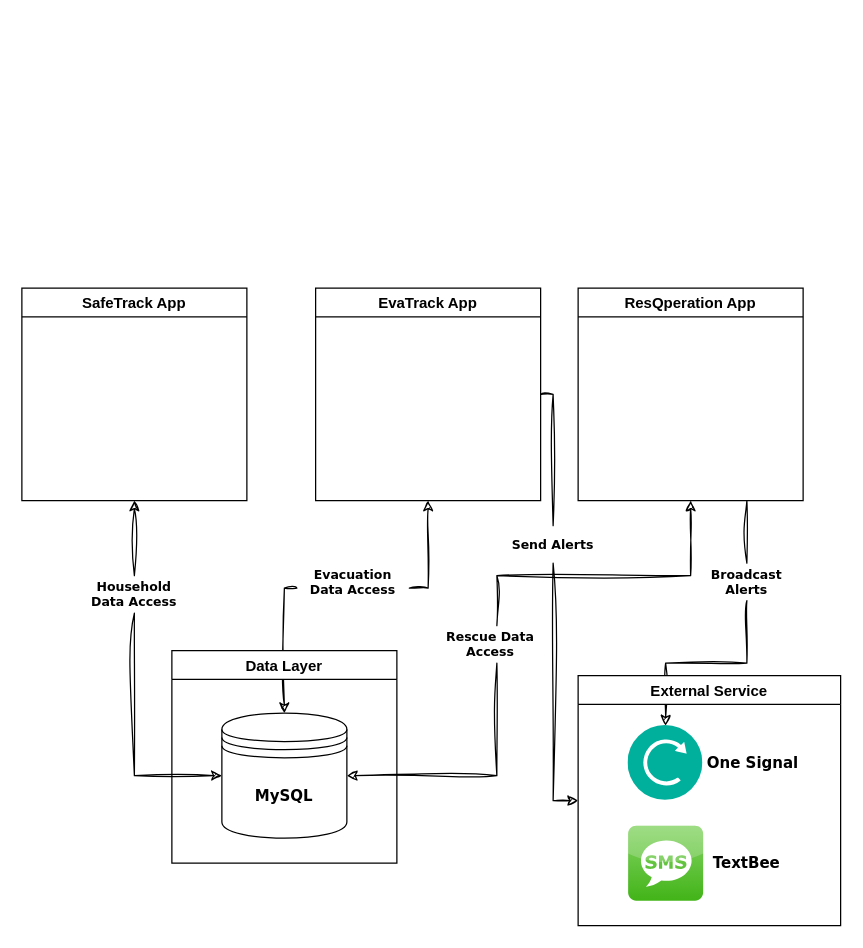
klint-droid/EvaTrack keeps this draw.io diagram as page "Page-1" (1 of 2) of docs/sys.drawio. Above is the earlier version. Source tidied: cells renumbered, new cells numbered last; positions are measured from the earlier drawing's top-left corner, leaving out a move shared by most shapes. Both pictures are drawn from the tidied source at 125%, with x=0, y=0 at pixel (21, 288).
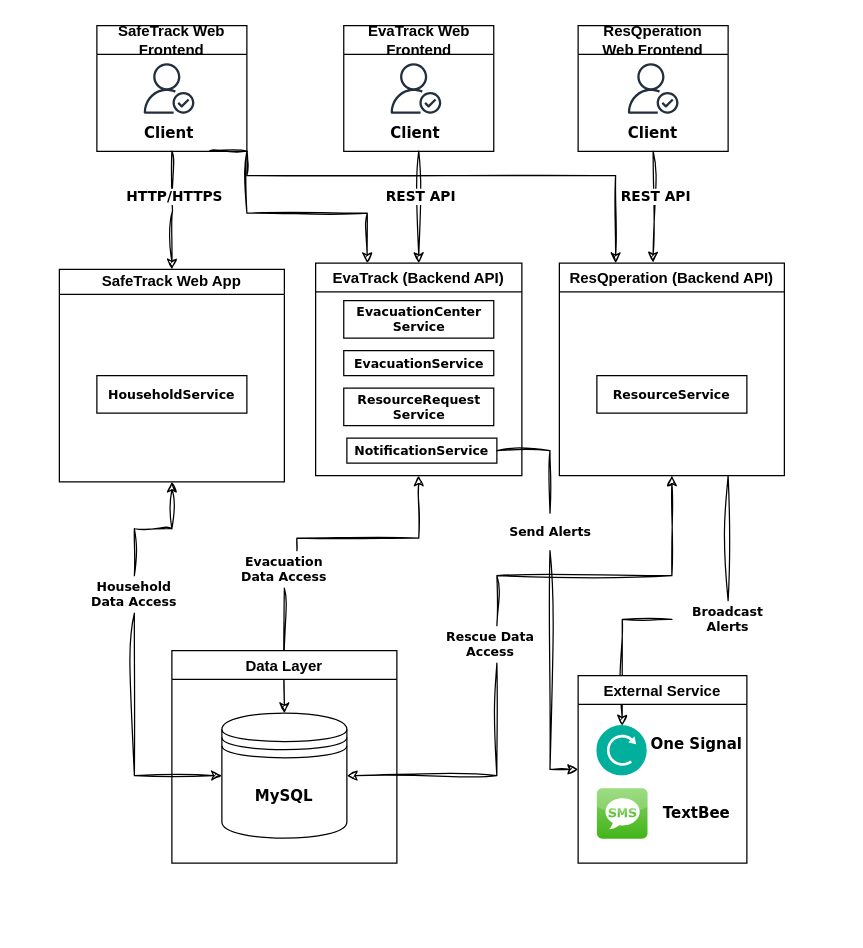
The same page after the edit.

Unchanged cells that the change refers to:
```xml
<mxCell id="22" value="Rescue Data Access" style="text;html=1;whiteSpace=wrap;strokeColor=none;fillColor=none;align=center;verticalAlign=middle;rounded=0;fontFamily=Verdana;fontSize=10;fontStyle=1;" parent="1" vertex="1">
  <mxGeometry x="330" y="270" width="90" height="30" as="geometry" />
</mxCell>
```

The edit, as a diff of the source:
```diff
@@
-    <mxCell id="3" style="edgeStyle=orthogonalEdgeStyle;rounded=0;jettySize=auto;html=1;entryX=0;entryY=0.5;entryDx=0;entryDy=0;defaultLabelBackgroundColor=page;labelPadding=0 4;sketch=1;curveFitting=1;jiggle=2;" parent="1" edge="1" source="24" target="10">
-      <mxGeometry x="-0.05" relative="1" as="geometry">
-        <Array as="points">
-          <mxPoint x="425" y="410" />
-        </Array>
-      </mxGeometry>
+    <mxCell id="3" style="edgeStyle=orthogonalEdgeStyle;rounded=0;jettySize=auto;html=1;entryX=0;entryY=0.5;entryDx=0;entryDy=0;defaultLabelBackgroundColor=page;labelPadding=0 4;sketch=1;curveFitting=1;jiggle=2;exitX=0.5;exitY=1;exitDx=0;exitDy=0;" parent="1" edge="1" source="24" target="10">
+      <mxGeometry x="0.04" relative="1" as="geometry" />
     </mxCell>
-    <mxCell id="4" value="EvaTrack App" style="swimlane;whiteSpace=wrap;html=1;" parent="1" vertex="1">
-      <mxGeometry x="235" width="180" height="170" as="geometry" />
+    <mxCell id="4" value="EvaTrack (Backend API)" style="swimlane;whiteSpace=wrap;html=1;" parent="1" vertex="1">
+      <mxGeometry x="235" y="-20" width="165" height="170" as="geometry" />
     </mxCell>
+    <mxCell id="27" value="EvacuationCenter Service" style="html=1;whiteSpace=wrap;fontFamily=Verdana;fontStyle=1;fontSize=10;" parent="4" vertex="1">
+      <mxGeometry x="22.5" y="30" width="120" height="30" as="geometry" />
+    </mxCell>
+    <mxCell id="28" value="EvacuationService" style="html=1;whiteSpace=wrap;fontFamily=Verdana;fontStyle=1;fontSize=10;" parent="4" vertex="1">
+      <mxGeometry x="22.5" y="70" width="120" height="20" as="geometry" />
+    </mxCell>
+    <mxCell id="29" value="ResourceRequest&lt;br&gt;Service" style="html=1;whiteSpace=wrap;fontFamily=Verdana;fontStyle=1;fontSize=10;" parent="4" vertex="1">
+      <mxGeometry x="22.5" y="100" width="120" height="30" as="geometry" />
+    </mxCell>
+    <mxCell id="30" value="NotificationService" style="html=1;whiteSpace=wrap;fontFamily=Verdana;fontStyle=1;fontSize=10;" parent="4" vertex="1">
+      <mxGeometry x="25" y="140" width="120" height="20" as="geometry" />
+    </mxCell>
@@
-    <mxCell id="6" value="SafeTrack App" style="swimlane;whiteSpace=wrap;html=1;" parent="1" vertex="1">
-      <mxGeometry width="180" height="170" as="geometry" />
+    <mxCell id="6" value="SafeTrack Web App" style="swimlane;whiteSpace=wrap;html=1;startSize=20;" parent="1" vertex="1">
+      <mxGeometry x="30" y="-15" width="180" height="170" as="geometry" />
     </mxCell>
+    <mxCell id="31" value="HouseholdService" style="html=1;whiteSpace=wrap;fontFamily=Verdana;fontStyle=1;fontSize=10;" parent="6" vertex="1">
+      <mxGeometry x="30" y="85" width="120" height="30" as="geometry" />
+    </mxCell>
@@
-    <mxCell id="9" value="ResQperation App" style="swimlane;whiteSpace=wrap;html=1;" parent="1" vertex="1">
-      <mxGeometry x="445" width="180" height="170" as="geometry" />
+    <mxCell id="9" value="ResQperation (Backend API)" style="swimlane;whiteSpace=wrap;html=1;" parent="1" vertex="1">
+      <mxGeometry x="430" y="-20" width="180" height="170" as="geometry" />
     </mxCell>
+    <mxCell id="32" value="ResourceService" style="html=1;whiteSpace=wrap;fontFamily=Verdana;fontStyle=1;fontSize=10;" parent="9" vertex="1">
+      <mxGeometry x="30" y="90" width="120" height="30" as="geometry" />
+    </mxCell>
     <mxCell id="10" value="External Service" style="swimlane;" parent="1" vertex="1">
-      <mxGeometry x="445" y="310" width="210" height="200" as="geometry" />
+      <mxGeometry x="445" y="310" width="135" height="150" as="geometry" />
     </mxCell>
     <mxCell id="11" style="image;perimeter=ellipsePerimeter;html=1;align=center;shadow=0;dashed=0;fontColor=#4277BB;labelBackgroundColor=default;fontSize=12;spacingTop=3;image=img/lib/ibm/management/push_notifications.svg;labelPerimeter=1;" parent="10" vertex="1">
-      <mxGeometry x="40" y="40" width="60" height="60" as="geometry" />
+      <mxGeometry x="15" y="40" width="40.5" height="40.5" as="geometry" />
     </mxCell>
     <mxCell id="12" value="One Signal" style="text;html=1;whiteSpace=wrap;strokeColor=none;fillColor=none;align=center;verticalAlign=middle;rounded=0;fontFamily=Verdana;fontSize=12;fontStyle=1;" parent="10" vertex="1">
-      <mxGeometry x="80" y="55" width="120" height="30" as="geometry" />
+      <mxGeometry x="35" y="40" width="120" height="30" as="geometry" />
     </mxCell>
     <mxCell id="13" style="dashed=0;html=1;align=center;labelPosition=center;verticalLabelPosition=bottom;verticalAlign=top;shape=mxgraph.webicons.sms;fillColor=#86D466;gradientColor=#42B418;labelPerimeter=1;" parent="10" vertex="1">
-      <mxGeometry x="40" y="120" width="60" height="60" as="geometry" />
+      <mxGeometry x="15" y="90" width="40.5" height="40.5" as="geometry" />
     </mxCell>
     <mxCell id="14" value="TextBee" style="text;html=1;whiteSpace=wrap;strokeColor=none;fillColor=none;align=center;verticalAlign=middle;rounded=0;fontFamily=Verdana;fontSize=12;fontStyle=1;" parent="10" vertex="1">
-      <mxGeometry x="75" y="135" width="120" height="30" as="geometry" />
+      <mxGeometry x="35" y="95.2" width="120" height="30" as="geometry" />
     </mxCell>
@@
-    <mxCell id="19" style="edgeStyle=orthogonalEdgeStyle;rounded=0;jettySize=auto;html=1;defaultLabelBackgroundColor=page;labelPadding=0 4;sketch=1;curveFitting=1;jiggle=2;endArrow=none;endFill=0;startArrow=classic;startFill=1;" parent="1" edge="1" source="4" target="20">
-      <mxGeometry relative="1" as="geometry">
+    <mxCell id="19" style="edgeStyle=orthogonalEdgeStyle;rounded=0;jettySize=auto;html=1;defaultLabelBackgroundColor=page;labelPadding=0 4;sketch=1;curveFitting=1;jiggle=2;endArrow=none;endFill=0;startArrow=classic;startFill=1;exitX=0.5;exitY=1;exitDx=0;exitDy=0;" parent="1" edge="1" source="4" target="20">
+      <mxGeometry x="0.84" relative="1" as="geometry">
         <Array as="points">
-          <mxPoint x="325" y="240" />
+          <mxPoint x="317.5" y="200" />
+          <mxPoint x="220" y="200" />
         </Array>
       </mxGeometry>
     </mxCell>
     <mxCell id="20" value="Evacuation Data Access" style="text;html=1;whiteSpace=wrap;strokeColor=none;fillColor=none;align=center;verticalAlign=middle;rounded=0;fontFamily=Verdana;fontSize=10;fontStyle=1;" parent="1" vertex="1">
-      <mxGeometry x="220" y="220" width="90" height="30" as="geometry" />
+      <mxGeometry x="165" y="210" width="90" height="30" as="geometry" />
     </mxCell>
     <mxCell id="21" style="edgeStyle=orthogonalEdgeStyle;rounded=0;jettySize=auto;html=1;defaultLabelBackgroundColor=page;labelPadding=0 4;exitX=0.5;exitY=1;exitDx=0;exitDy=0;sketch=1;curveFitting=1;jiggle=2;startArrow=classic;startFill=1;endArrow=none;endFill=0;" parent="1" edge="1" source="9" target="22">
-      <mxGeometry relative="1" as="geometry">
+      <mxGeometry x="-0.12" relative="1" as="geometry">
         <Array as="points">
-          <mxPoint x="535" y="230" />
+          <mxPoint x="520" y="230" />
           <mxPoint x="380" y="230" />
         </Array>
       </mxGeometry>
     </mxCell>
@@
-    <mxCell id="23" style="edgeStyle=orthogonalEdgeStyle;rounded=0;jettySize=auto;html=1;defaultLabelBackgroundColor=page;labelPadding=0 4;sketch=1;curveFitting=1;jiggle=2;startArrow=none;startFill=0;endArrow=none;endFill=0;" parent="1" edge="1" source="4" target="24">
-      <mxGeometry x="-0.05" relative="1" as="geometry">
-        <Array as="points">
-          <mxPoint x="425" y="85" />
-        </Array>
-      </mxGeometry>
+    <mxCell id="23" style="edgeStyle=orthogonalEdgeStyle;rounded=0;jettySize=auto;html=1;defaultLabelBackgroundColor=page;labelPadding=0 4;sketch=1;curveFitting=1;jiggle=2;startArrow=none;startFill=0;endArrow=none;endFill=0;exitX=1;exitY=0.5;exitDx=0;exitDy=0;entryX=0.5;entryY=0;entryDx=0;entryDy=0;" parent="1" edge="1" source="30" target="24">
+      <mxGeometry x="0.3" relative="1" as="geometry" />
     </mxCell>
     <mxCell id="24" value="Send Alerts" style="text;html=1;whiteSpace=wrap;strokeColor=none;fillColor=none;align=center;verticalAlign=middle;rounded=0;fontFamily=Verdana;fontSize=10;fontStyle=1;" parent="1" vertex="1">
-      <mxGeometry x="380" y="190" width="90" height="30" as="geometry" />
+      <mxGeometry x="377.5" y="180" width="90" height="30" as="geometry" />
     </mxCell>
-    <mxCell id="25" style="edgeStyle=orthogonalEdgeStyle;rounded=0;jettySize=auto;html=1;defaultLabelBackgroundColor=page;labelPadding=0 4;exitX=0.75;exitY=1;exitDx=0;exitDy=0;sketch=1;curveFitting=1;jiggle=2;endArrow=none;endFill=0;" parent="1" edge="1" source="9" target="26">
+    <mxCell id="25" style="edgeStyle=orthogonalEdgeStyle;rounded=0;jettySize=auto;html=1;defaultLabelBackgroundColor=page;labelPadding=0 4;exitX=0.75;exitY=1;exitDx=0;exitDy=0;sketch=1;curveFitting=1;jiggle=2;endArrow=none;endFill=0;entryX=0.5;entryY=0;entryDx=0;entryDy=0;" parent="1" edge="1" source="9" target="26">
       <mxGeometry relative="1" as="geometry" />
     </mxCell>
     <mxCell id="26" value="Broadcast Alerts" style="text;html=1;whiteSpace=wrap;strokeColor=none;fillColor=none;align=center;verticalAlign=middle;rounded=0;fontFamily=Verdana;fontSize=10;fontStyle=1;" parent="1" vertex="1">
-      <mxGeometry x="535" y="220" width="90" height="30" as="geometry" />
+      <mxGeometry x="520" y="250" width="90" height="30" as="geometry" />
     </mxCell>
+    <mxCell id="33" style="edgeStyle=orthogonalEdgeStyle;rounded=0;jettySize=auto;html=1;entryX=0.5;entryY=0;entryDx=0;entryDy=0;defaultLabelBackgroundColor=page;labelPadding=0 4;flowAnimation=0;sketch=1;curveFitting=1;jiggle=2;" parent="1" edge="1" source="35" target="4">
+      <mxGeometry relative="1" as="geometry" />
+    </mxCell>
+    <mxCell id="34" value="REST API" style="edgeLabel;html=1;align=center;verticalAlign=middle;inheritText=fontSize,fontColor,textOpacity,labelBorderColor,labelBorderWidth,labelBackgroundColor,defaultLabelBackgroundColor,labelPadding;defaultLabelBackgroundColor=page;labelPadding=0 4;fontFamily=Verdana;fontStyle=1;" parent="33" vertex="1">
+      <mxGeometry x="-0.2" y="1" relative="1" as="geometry" />
+    </mxCell>
+    <mxCell id="35" value="EvaTrack Web Frontend" style="swimlane;whiteSpace=wrap;html=1;" parent="1" vertex="1">
+      <mxGeometry x="257.5" y="-210" width="120" height="100.5" as="geometry" />
+    </mxCell>
+    <mxCell id="36" style="sketch=0;fontColor=#232F3E;gradientColor=none;fillColor=#232F3D;strokeColor=none;dashed=0;verticalLabelPosition=bottom;verticalAlign=top;align=center;html=1;fontSize=12;fontStyle=0;shape=mxgraph.aws4.authenticated_user;labelPerimeter=1;" parent="35" vertex="1">
+      <mxGeometry x="37.5" y="30" width="40.5" height="40.5" as="geometry" />
+    </mxCell>
+    <mxCell id="37" value="Client" style="text;html=1;whiteSpace=wrap;strokeColor=none;fillColor=none;align=center;verticalAlign=middle;rounded=0;fontFamily=Verdana;fontStyle=1;" parent="35" vertex="1">
+      <mxGeometry x="27.8" y="70.5" width="60" height="30" as="geometry" />
+    </mxCell>
+    <mxCell id="38" value="ResQperation &lt;br&gt;Web Frontend" style="swimlane;whiteSpace=wrap;html=1;" parent="1" vertex="1">
+      <mxGeometry x="445" y="-210" width="120" height="100.5" as="geometry" />
+    </mxCell>
+    <mxCell id="39" style="sketch=0;fontColor=#232F3E;gradientColor=none;fillColor=#232F3D;strokeColor=none;dashed=0;verticalLabelPosition=bottom;verticalAlign=top;align=center;html=1;fontSize=12;fontStyle=0;shape=mxgraph.aws4.authenticated_user;labelPerimeter=1;" parent="38" vertex="1">
+      <mxGeometry x="39.8" y="30" width="40.5" height="40.5" as="geometry" />
+    </mxCell>
+    <mxCell id="40" value="Client" style="text;html=1;whiteSpace=wrap;strokeColor=none;fillColor=none;align=center;verticalAlign=middle;rounded=0;fontFamily=Verdana;fontStyle=1;" parent="38" vertex="1">
+      <mxGeometry x="30" y="70.5" width="60" height="30" as="geometry" />
+    </mxCell>
+    <mxCell id="41" style="edgeStyle=orthogonalEdgeStyle;rounded=0;orthogonalLoop=1;jettySize=auto;html=1;entryX=0.5;entryY=0;entryDx=0;entryDy=0;defaultLabelBackgroundColor=page;labelPadding=0 4;flowAnimation=0;sketch=1;curveFitting=1;jiggle=2;" parent="1" edge="1">
+      <mxGeometry relative="1" as="geometry">
+        <mxPoint x="505" y="-109.5" as="sourcePoint" />
+        <mxPoint x="505" y="-20.5" as="targetPoint" />
+      </mxGeometry>
+    </mxCell>
+    <mxCell id="42" value="REST API" style="edgeLabel;html=1;align=center;verticalAlign=middle;inheritText=fontSize,fontColor,textOpacity,labelBorderColor,labelBorderWidth,labelBackgroundColor,defaultLabelBackgroundColor,labelPadding;defaultLabelBackgroundColor=page;labelPadding=0 4;fontFamily=Verdana;fontStyle=1;" parent="41" vertex="1">
+      <mxGeometry x="-0.2" y="1" relative="1" as="geometry" />
+    </mxCell>
+    <mxCell id="43" style="edgeStyle=orthogonalEdgeStyle;rounded=0;jettySize=auto;html=1;entryX=0.25;entryY=0;entryDx=0;entryDy=0;defaultLabelBackgroundColor=page;labelPadding=0 4;exitX=1;exitY=1;exitDx=0;exitDy=0;sketch=1;curveFitting=1;jiggle=2;" parent="1" edge="1" source="45" target="4">
+      <mxGeometry x="-0.17" relative="1" as="geometry">
+        <Array as="points">
+          <mxPoint x="180" y="-60" />
+          <mxPoint x="276.3" y="-60" />
+        </Array>
+      </mxGeometry>
+    </mxCell>
+    <mxCell id="44" style="edgeStyle=orthogonalEdgeStyle;rounded=0;jettySize=auto;html=1;exitX=0.75;exitY=1;exitDx=0;exitDy=0;entryX=0.25;entryY=0;entryDx=0;entryDy=0;defaultLabelBackgroundColor=page;labelPadding=0 4;sketch=1;curveFitting=1;jiggle=2;" parent="1" edge="1" source="45" target="9">
+      <mxGeometry relative="1" as="geometry">
+        <Array as="points">
+          <mxPoint x="180" y="-109.5" />
+          <mxPoint x="180" y="-90" />
+          <mxPoint x="475" y="-90" />
+        </Array>
+      </mxGeometry>
+    </mxCell>
+    <mxCell id="45" value="SafeTrack Web Frontend" style="swimlane;whiteSpace=wrap;html=1;" parent="1" vertex="1">
+      <mxGeometry x="60" y="-210" width="120" height="100.5" as="geometry" />
+    </mxCell>
+    <mxCell id="46" style="sketch=0;fontColor=#232F3E;gradientColor=none;fillColor=#232F3D;strokeColor=none;dashed=0;verticalLabelPosition=bottom;verticalAlign=top;align=center;html=1;fontSize=12;fontStyle=0;shape=mxgraph.aws4.authenticated_user;labelPerimeter=1;" parent="45" vertex="1">
+      <mxGeometry x="37.5" y="30" width="40.5" height="40.5" as="geometry" />
+    </mxCell>
+    <mxCell id="47" value="Client" style="text;html=1;whiteSpace=wrap;strokeColor=none;fillColor=none;align=center;verticalAlign=middle;rounded=0;fontFamily=Verdana;fontStyle=1;" parent="45" vertex="1">
+      <mxGeometry x="27.8" y="70.5" width="60" height="30" as="geometry" />
+    </mxCell>
+    <mxCell id="48" style="edgeStyle=orthogonalEdgeStyle;rounded=0;jettySize=auto;html=1;defaultLabelBackgroundColor=page;labelPadding=0 4;flowAnimation=0;sketch=1;curveFitting=1;jiggle=2;entryX=0.5;entryY=0;entryDx=0;entryDy=0;" parent="1" edge="1" target="6">
+      <mxGeometry relative="1" as="geometry">
+        <mxPoint x="120" y="-109.5" as="sourcePoint" />
+      </mxGeometry>
+    </mxCell>
+    <mxCell id="49" value="HTTP/HTTPS" style="edgeLabel;html=1;align=center;verticalAlign=middle;inheritText=fontSize,fontColor,textOpacity,labelBorderColor,labelBorderWidth,labelBackgroundColor,defaultLabelBackgroundColor,labelPadding;defaultLabelBackgroundColor=page;labelPadding=0 4;fontFamily=Verdana;fontStyle=1;" parent="48" vertex="1">
+      <mxGeometry x="-0.24" y="1" relative="1" as="geometry" />
+    </mxCell>
```
